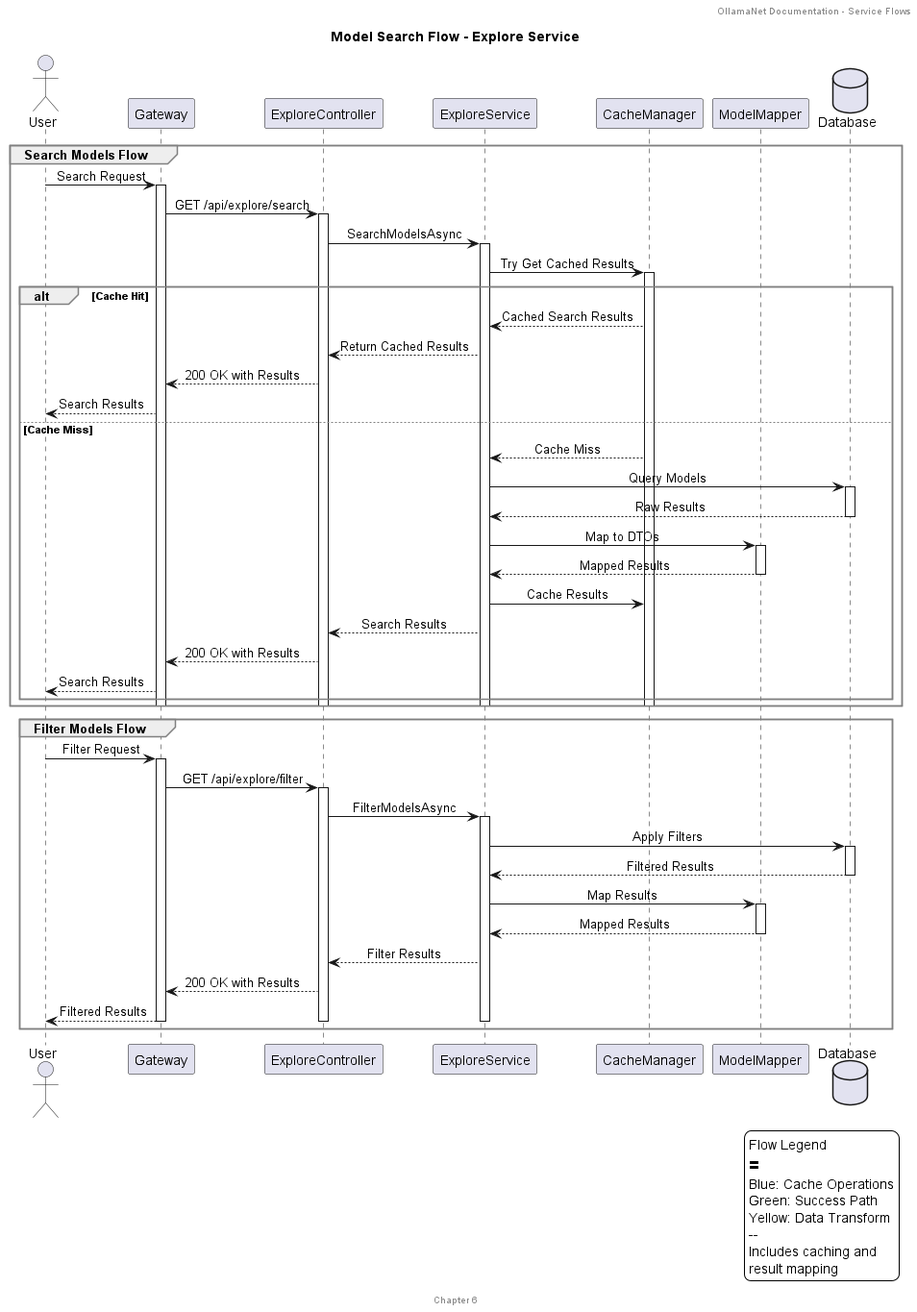
Before: Chapter06/figures/exploreservice_search_flow.png, a diagram exported from PlantUML (ibrhmahmd/OllamaNet-Documentation).
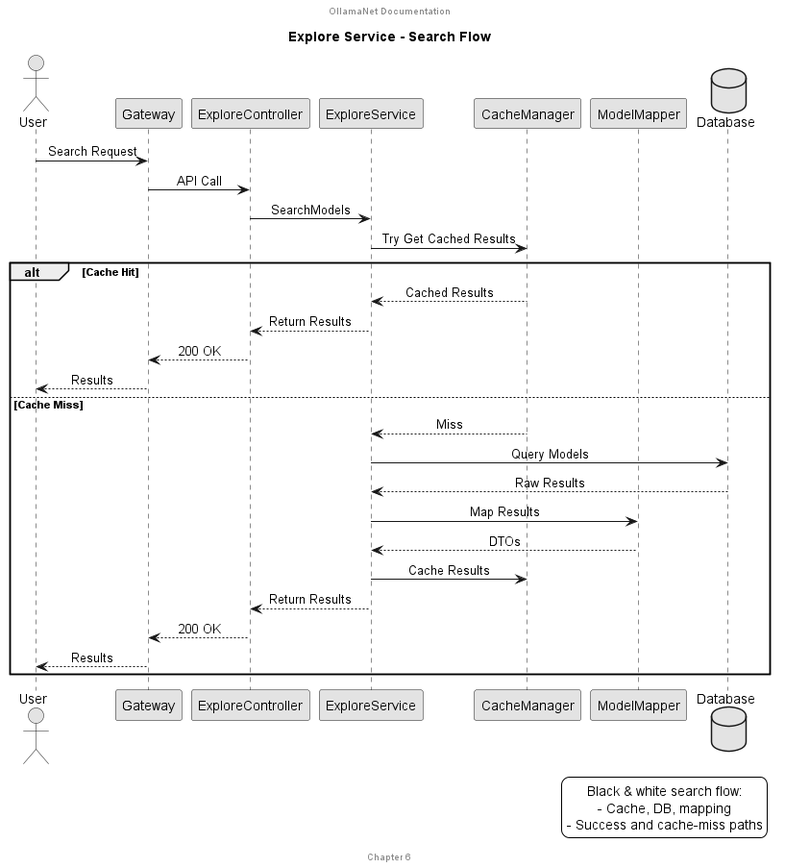
The same diagram one commit later.

Change to the diagram source:
```diff
@@ -1,13 +1,22 @@
-@startuml explore_service_search_flow
+@startuml exploreservice_search_flow
 
-title Model Search Flow - Explore Service
+title Explore Service - Search Flow
 
-header OllamaNet Documentation - Service Flows
+
+
+skinparam monochrome true
+skinparam shadowing false
+skinparam backgroundColor white
+skinparam defaultTextAlignment center
+skinparam wrapWidth 200
+skinparam handwritten false
+
+
+header OllamaNet Documentation
 footer Chapter 6
 
-skinparam backgroundColor white
-skinparam sequenceMessageAlign center
-skinparam sequenceGroupBorderColor gray
+skinparam monochrome true
+skinparam defaultTextAlignment center
 
 actor "User" as user
 participant "Gateway" as gateway
@@ -17,87 +26,31 @@
 participant "ModelMapper" as mapper
 database "Database" as db
 
-group Search Models Flow
-    user -> gateway: Search Request
-    activate gateway
-
-    gateway -> controller: GET /api/explore/search
-    activate controller
-
-    controller -> service: SearchModelsAsync
-    activate service
-
-    service -> cache: Try Get Cached Results
-    activate cache
-
-    alt Cache Hit
-        cache --> service: Cached Search Results
-        service --> controller: Return Cached Results
-        controller --> gateway: 200 OK with Results
-        gateway --> user: Search Results
-    else Cache Miss
-        cache --> service: Cache Miss
-
-        service -> db: Query Models
-        activate db
-        db --> service: Raw Results
-        deactivate db
-
-        service -> mapper: Map to DTOs
-        activate mapper
-        mapper --> service: Mapped Results
-        deactivate mapper
-
-        service -> cache: Cache Results
-
-        service --> controller: Search Results
-        controller --> gateway: 200 OK with Results
-        gateway --> user: Search Results
-    end
-    deactivate cache
-    deactivate service
-    deactivate controller
-    deactivate gateway
-end
-
-group Filter Models Flow
-    user -> gateway: Filter Request
-    activate gateway
-
-    gateway -> controller: GET /api/explore/filter
-    activate controller
-
-    controller -> service: FilterModelsAsync
-    activate service
-
-    service -> db: Apply Filters
-    activate db
-    db --> service: Filtered Results
-    deactivate db
-
+user -> gateway: Search Request
+gateway -> controller: API Call
+controller -> service: SearchModels
+service -> cache: Try Get Cached Results
+alt Cache Hit
+    cache --> service: Cached Results
+    service --> controller: Return Results
+    controller --> gateway: 200 OK
+    gateway --> user: Results
+else Cache Miss
+    cache --> service: Miss
+    service -> db: Query Models
+    db --> service: Raw Results
     service -> mapper: Map Results
-    activate mapper
-    mapper --> service: Mapped Results
-    deactivate mapper
-
-    service --> controller: Filter Results
-    controller --> gateway: 200 OK with Results
-    gateway --> user: Filtered Results
-
-    deactivate service
-    deactivate controller
-    deactivate gateway
+    mapper --> service: DTOs
+    service -> cache: Cache Results
+    service --> controller: Return Results
+    controller --> gateway: 200 OK
+    gateway --> user: Results
 end
 
 legend right
-  Flow Legend
-  ==
-  Blue: Cache Operations
-  Green: Success Path
-  Yellow: Data Transform
-  --
-  Includes caching and
-  result mapping
+  Black & white search flow:
+  - Cache, DB, mapping
+  - Success and cache-miss paths
 end legend
 
 @enduml
```
